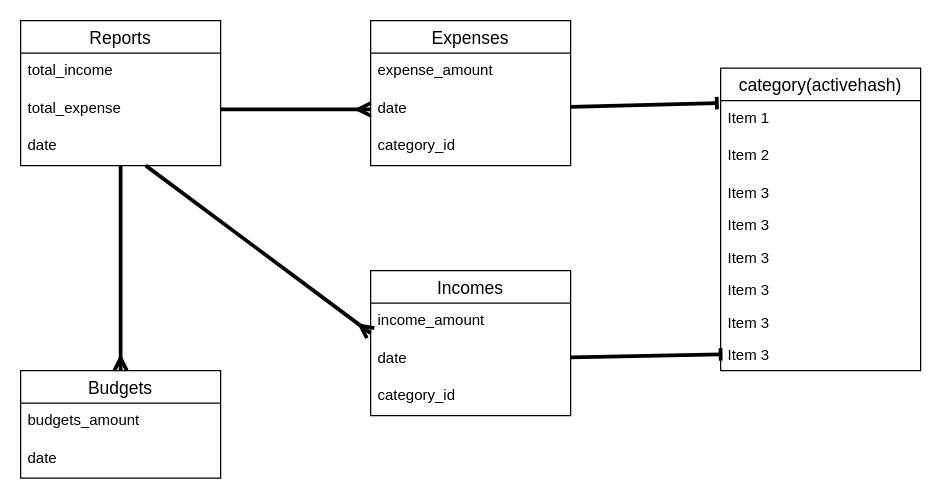
The draw.io diagram money.dio in orihal123/daypay, before the edit. Source tidied: cells renumbered, new cells numbered last; positions are measured from the earlier drawing's top-left corner, leaving out a move shared by most shapes. Both pictures are drawn from the tidied source at 125%, with x=0, y=0 at pixel (20, 20).
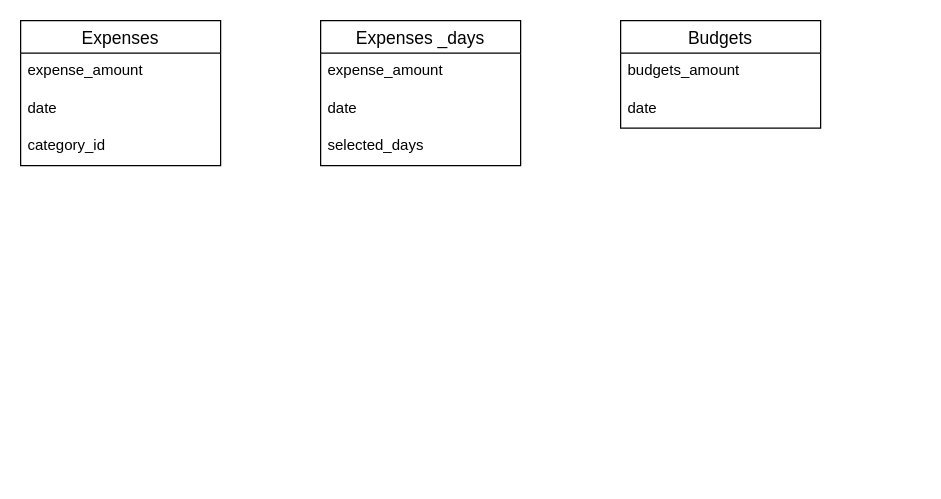
After the change.

The change refers to these unchanged cells:
```xml
<mxCell id="16" value="date" style="text;strokeColor=none;fillColor=none;spacingLeft=4;spacingRight=4;overflow=hidden;points=[[0,0.5],[1,0.5]];portConstraint=eastwest;fontSize=12;" parent="14" vertex="1">
  <mxGeometry y="56" width="160" height="30" as="geometry" />
</mxCell>
```

What changed in the source:
```diff
@@
-    <mxCell id="2" value="Incomes" style="swimlane;fontStyle=0;horizontal=1;startSize=26;align=center;fontSize=14;" parent="1" vertex="1">
-      <mxGeometry x="280" y="200" width="160" height="116" as="geometry" />
-    </mxCell>
-    <mxCell id="3" value="income_amount" style="text;strokeColor=none;fillColor=none;spacingLeft=4;spacingRight=4;overflow=hidden;fontSize=12;" parent="2" vertex="1">
-      <mxGeometry y="26" width="160" height="30" as="geometry" />
-    </mxCell>
-    <mxCell id="4" value="date" style="text;strokeColor=none;fillColor=none;spacingLeft=4;spacingRight=4;overflow=hidden;points=[[0,0.5],[1,0.5]];portConstraint=eastwest;fontSize=12;" parent="2" vertex="1">
-      <mxGeometry y="56" width="160" height="30" as="geometry" />
-    </mxCell>
-    <mxCell id="5" value="category_id" style="text;strokeColor=none;fillColor=none;spacingLeft=4;spacingRight=4;overflow=hidden;fontSize=12;" parent="2" vertex="1">
-      <mxGeometry y="86" width="160" height="30" as="geometry" />
-    </mxCell>
     <mxCell id="6" value="Budgets" style="swimlane;fontStyle=0;horizontal=1;startSize=26;align=center;fontSize=14;" parent="1" vertex="1">
-      <mxGeometry y="280" width="160" height="86" as="geometry" />
+      <mxGeometry x="480" width="160" height="86" as="geometry" />
     </mxCell>
@@
-    <mxCell id="9" style="edgeStyle=none;html=1;strokeWidth=3;endArrow=ERmany;endFill=0;" parent="1" edge="1" source="10" target="6">
-      <mxGeometry relative="1" as="geometry" />
-    </mxCell>
-    <mxCell id="10" value="Reports" style="swimlane;fontStyle=0;horizontal=1;startSize=26;align=center;fontSize=14;" parent="1" vertex="1">
-      <mxGeometry width="160" height="116" as="geometry" />
-    </mxCell>
-    <mxCell id="11" value="total_income" style="text;strokeColor=none;fillColor=none;spacingLeft=4;spacingRight=4;overflow=hidden;fontSize=12;" parent="10" vertex="1">
-      <mxGeometry y="26" width="160" height="30" as="geometry" />
-    </mxCell>
-    <mxCell id="12" value="total_expense" style="text;strokeColor=none;fillColor=none;spacingLeft=4;spacingRight=4;overflow=hidden;points=[[0,0.5],[1,0.5]];portConstraint=eastwest;fontSize=12;" parent="10" vertex="1">
-      <mxGeometry y="56" width="160" height="30" as="geometry" />
-    </mxCell>
-    <mxCell id="13" value="date" style="text;strokeColor=none;fillColor=none;spacingLeft=4;spacingRight=4;overflow=hidden;points=[[0,0.5],[1,0.5]];portConstraint=eastwest;fontSize=12;" parent="10" vertex="1">
-      <mxGeometry y="86" width="160" height="30" as="geometry" />
-    </mxCell>
     <mxCell id="14" value="Expenses" style="swimlane;fontStyle=0;horizontal=1;startSize=26;align=center;fontSize=14;" parent="1" vertex="1">
-      <mxGeometry x="280" width="160" height="116" as="geometry" />
+      <mxGeometry width="160" height="116" as="geometry" />
     </mxCell>
@@
-    <mxCell id="18" value="category(activehash)" style="swimlane;fontStyle=0;horizontal=1;startSize=26;align=center;fontSize=14;" parent="1" vertex="1">
-      <mxGeometry x="560" y="38" width="160" height="242" as="geometry" />
-    </mxCell>
-    <mxCell id="19" value="Item 1" style="text;strokeColor=none;fillColor=none;spacingLeft=4;spacingRight=4;overflow=hidden;points=[[0,0.5],[1,0.5]];portConstraint=eastwest;fontSize=12;" parent="18" vertex="1">
-      <mxGeometry y="26" width="160" height="30" as="geometry" />
-    </mxCell>
-    <mxCell id="20" value="Item 2" style="text;strokeColor=none;fillColor=none;spacingLeft=4;spacingRight=4;overflow=hidden;fontSize=12;" parent="18" vertex="1">
-      <mxGeometry y="56" width="160" height="30" as="geometry" />
-    </mxCell>
-    <mxCell id="21" value="Item 3" style="text;strokeColor=none;fillColor=none;spacingLeft=4;spacingRight=4;overflow=hidden;fontSize=12;" parent="18" vertex="1">
-      <mxGeometry y="86" width="160" height="26" as="geometry" />
-    </mxCell>
-    <mxCell id="22" value="Item 3" style="text;strokeColor=none;fillColor=none;spacingLeft=4;spacingRight=4;overflow=hidden;fontSize=12;" parent="18" vertex="1">
-      <mxGeometry y="112" width="160" height="26" as="geometry" />
-    </mxCell>
-    <mxCell id="23" value="Item 3" style="text;strokeColor=none;fillColor=none;spacingLeft=4;spacingRight=4;overflow=hidden;fontSize=12;" parent="18" vertex="1">
-      <mxGeometry y="138" width="160" height="26" as="geometry" />
-    </mxCell>
-    <mxCell id="24" value="Item 3" style="text;strokeColor=none;fillColor=none;spacingLeft=4;spacingRight=4;overflow=hidden;fontSize=12;" parent="18" vertex="1">
-      <mxGeometry y="164" width="160" height="26" as="geometry" />
-    </mxCell>
-    <mxCell id="25" value="Item 3" style="text;strokeColor=none;fillColor=none;spacingLeft=4;spacingRight=4;overflow=hidden;fontSize=12;" parent="18" vertex="1">
-      <mxGeometry y="190" width="160" height="26" as="geometry" />
-    </mxCell>
-    <mxCell id="26" value="Item 3" style="text;strokeColor=none;fillColor=none;spacingLeft=4;spacingRight=4;overflow=hidden;points=[[0,0.5],[1,0.5]];portConstraint=eastwest;fontSize=12;" parent="18" vertex="1">
-      <mxGeometry y="216" width="160" height="26" as="geometry" />
-    </mxCell>
-    <mxCell id="27" style="edgeStyle=none;html=1;entryX=0;entryY=0.5;entryDx=0;entryDy=0;strokeWidth=3;endArrow=ERmany;endFill=0;" parent="1" edge="1" source="12" target="16">
-      <mxGeometry relative="1" as="geometry" />
-    </mxCell>
-    <mxCell id="28" style="edgeStyle=none;html=1;strokeWidth=3;endArrow=ERmany;endFill=0;" parent="1" edge="1" source="13">
-      <mxGeometry relative="1" as="geometry">
-        <mxPoint x="280" y="250" as="targetPoint" />
-      </mxGeometry>
-    </mxCell>
-    <mxCell id="29" style="edgeStyle=none;html=1;strokeWidth=3;endArrow=baseDash;endFill=0;entryX=-0.019;entryY=0.067;entryDx=0;entryDy=0;entryPerimeter=0;" parent="1" edge="1" source="16" target="19">
-      <mxGeometry relative="1" as="geometry" />
-    </mxCell>
-    <mxCell id="30" style="edgeStyle=none;html=1;entryX=0;entryY=0.5;entryDx=0;entryDy=0;strokeWidth=3;endArrow=baseDash;endFill=0;" parent="1" edge="1" source="4" target="26">
-      <mxGeometry relative="1" as="geometry" />
+    <mxCell id="30" value="Expenses _days" style="swimlane;fontStyle=0;horizontal=1;startSize=26;align=center;fontSize=14;" parent="1" vertex="1">
+      <mxGeometry x="240" width="160" height="116" as="geometry" />
     </mxCell>
+    <mxCell id="31" value="expense_amount&#10;&#10;&#10;" style="text;strokeColor=none;fillColor=none;spacingLeft=4;spacingRight=4;overflow=hidden;fontSize=12;" parent="30" vertex="1">
+      <mxGeometry y="26" width="160" height="30" as="geometry" />
+    </mxCell>
+    <mxCell id="4" value="date" style="text;strokeColor=none;fillColor=none;spacingLeft=4;spacingRight=4;overflow=hidden;points=[[0,0.5],[1,0.5]];portConstraint=eastwest;fontSize=12;" parent="30" vertex="1">
+      <mxGeometry y="56" width="160" height="30" as="geometry" />
+    </mxCell>
+    <mxCell id="32" value="selected_days" style="text;strokeColor=none;fillColor=none;spacingLeft=4;spacingRight=4;overflow=hidden;fontSize=12;" parent="30" vertex="1">
+      <mxGeometry y="86" width="160" height="30" as="geometry" />
+    </mxCell>
```
